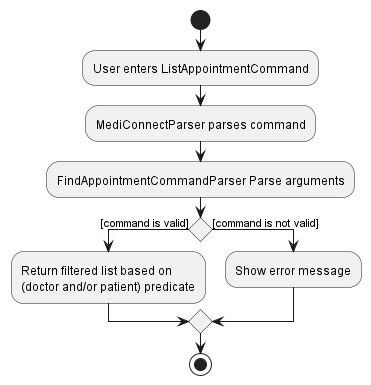
Earlier version of the PlantUML export docs/images/ListAppointmentCommandActivityDiagram.png (yanghengtang/tp).
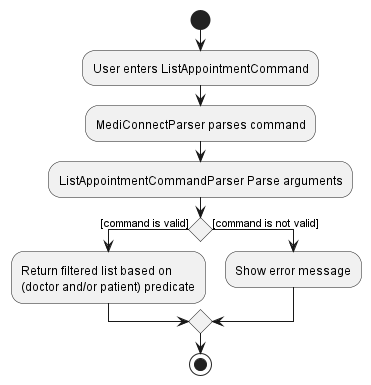
After the change.

Change to the diagram source:
```diff
@@ -2,7 +2,7 @@
 start
 :User enters ListAppointmentCommand;
 :MediConnectParser parses command;
-:FindAppointmentCommandParser Parse arguments;
+:ListAppointmentCommandParser Parse arguments;
 
 if () then ([command is valid])
     :Return filtered list based on \n(doctor and/or patient) predicate;
```
